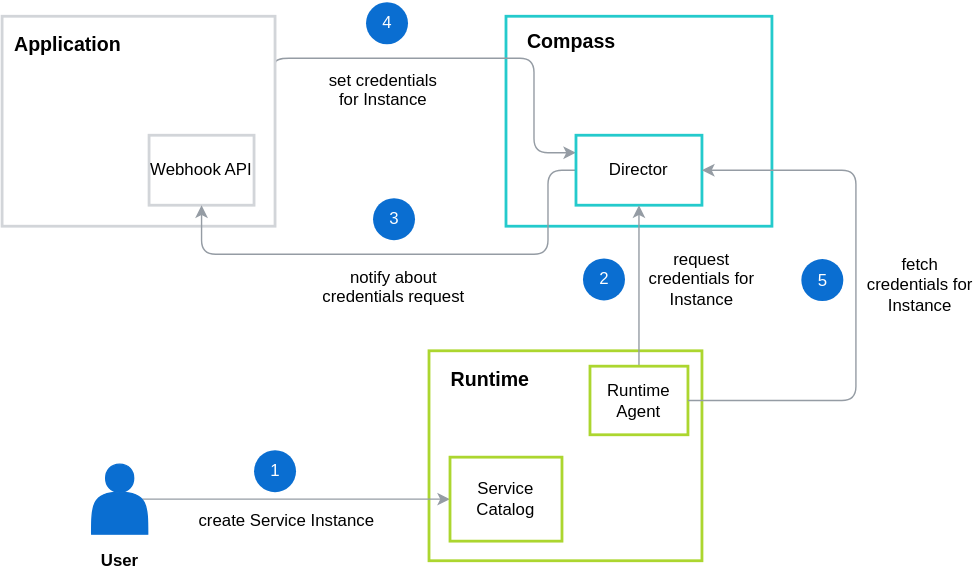
The draw.io diagram docs/compass/assets/api-credentials-flow.svg in kyma-incubator/compass, before a commit. Source tidied: cells renumbered, new cells last; positions are measured from the earlier drawing's top-left corner, leaving out a move shared by most shapes. The source it was exported from:
```xml
<mxGraphModel background="#FFFFFF">
  <root>
    <mxCell id="0" />
    <mxCell id="1" parent="0" />
    <mxCell id="2" style="rounded=0;whiteSpace=wrap;html=1;strokeColor=#ACD62F;strokeWidth=2;horizontal=1;" parent="1" vertex="1">
      <mxGeometry x="305" y="249" width="195" height="150" as="geometry" />
    </mxCell>
    <mxCell id="3" style="rounded=0;whiteSpace=wrap;html=1;strokeColor=#24CACC;strokeWidth=2;horizontal=1;" parent="1" vertex="1">
      <mxGeometry x="360" y="10" width="190" height="150" as="geometry" />
    </mxCell>
    <mxCell id="4" value="Compass" style="text;html=1;strokeColor=none;fillColor=none;align=center;verticalAlign=middle;whiteSpace=wrap;rounded=0;fontStyle=1;fontSize=14;" parent="1" vertex="1">
      <mxGeometry x="367" y="18" width="80" height="20" as="geometry" />
    </mxCell>
    <mxCell id="5" value="&amp;nbsp;Runtime&lt;br style=&quot;font-size: 14px;&quot;&gt;" style="text;html=1;strokeColor=none;fillColor=none;align=center;verticalAlign=middle;whiteSpace=wrap;rounded=0;fontStyle=1;fontSize=14;" parent="1" vertex="1">
      <mxGeometry x="310" y="260" width="74" height="20" as="geometry" />
    </mxCell>
    <mxCell id="6" style="edgeStyle=orthogonalEdgeStyle;rounded=1;jettySize=auto;html=1;entryX=0;entryY=0.5;entryDx=0;entryDy=0;strokeColor=#959CA4;exitX=0.9;exitY=0.5;exitDx=0;exitDy=0;exitPerimeter=0;" parent="1" edge="1" source="19" target="20">
      <mxGeometry relative="1" as="geometry" />
    </mxCell>
    <mxCell id="7" value="create Service Instance" style="text;html=1;align=center;verticalAlign=middle;labelBackgroundColor=#ffffff;" parent="6" vertex="1">
      <mxGeometry x="-0.36" y="2" relative="1" as="geometry">
        <mxPoint x="31" y="17.1" as="offset" />
      </mxGeometry>
    </mxCell>
    <mxCell id="8" style="edgeStyle=orthogonalEdgeStyle;rounded=1;jettySize=auto;html=1;entryX=0;entryY=0.25;entryDx=0;entryDy=0;strokeColor=#959CA4;exitX=1;exitY=0.25;exitDx=0;exitDy=0;" parent="1" edge="1" source="9" target="12">
      <mxGeometry relative="1" as="geometry">
        <Array as="points">
          <mxPoint x="195" y="40" />
          <mxPoint x="380" y="40" />
          <mxPoint x="380" y="108" />
        </Array>
      </mxGeometry>
    </mxCell>
    <mxCell id="9" style="rounded=0;whiteSpace=wrap;html=1;strokeColor=#D2D5D9;strokeWidth=2;horizontal=1;" parent="1" vertex="1">
      <mxGeometry y="10" width="195" height="150" as="geometry" />
    </mxCell>
    <mxCell id="10" value="&lt;span style=&quot;white-space: normal&quot;&gt;Webhook API&lt;/span&gt;" style="rounded=0;whiteSpace=wrap;html=1;strokeColor=#D2D5D9;strokeWidth=2;horizontal=1;" parent="1" vertex="1">
      <mxGeometry x="105" y="95" width="75" height="50" as="geometry" />
    </mxCell>
    <mxCell id="11" style="edgeStyle=orthogonalEdgeStyle;rounded=1;jettySize=auto;html=1;entryX=0.5;entryY=1;entryDx=0;entryDy=0;strokeColor=#959CA4;" parent="1" edge="1" source="12" target="10">
      <mxGeometry x="0.37" y="-20" relative="1" as="geometry">
        <Array as="points">
          <mxPoint x="390" y="120" />
          <mxPoint x="390" y="180" />
          <mxPoint x="143" y="180" />
        </Array>
      </mxGeometry>
    </mxCell>
    <mxCell id="12" value="Director" style="rounded=0;whiteSpace=wrap;html=1;strokeColor=#24CACC;strokeWidth=2;horizontal=1;" parent="1" vertex="1">
      <mxGeometry x="410" y="95" width="90" height="50" as="geometry" />
    </mxCell>
    <mxCell id="13" style="edgeStyle=orthogonalEdgeStyle;rounded=1;jettySize=auto;html=1;exitX=0.5;exitY=0;exitDx=0;exitDy=0;entryX=0.5;entryY=1;entryDx=0;entryDy=0;strokeColor=#959CA4;fontFamily=Helvetica;fontColor=#FFFFFF;" parent="1" edge="1" source="14" target="12">
      <mxGeometry relative="1" as="geometry" />
    </mxCell>
    <mxCell id="14" value="&lt;span style=&quot;white-space: normal&quot;&gt;Runtime Agent&lt;/span&gt;" style="rounded=0;whiteSpace=wrap;html=1;strokeColor=#ACD62F;strokeWidth=2;horizontal=1;" parent="1" vertex="1">
      <mxGeometry x="420" y="260" width="70" height="49" as="geometry" />
    </mxCell>
    <mxCell id="15" value="3" style="verticalLabelPosition=middle;verticalAlign=middle;html=1;strokeWidth=2;shape=mxgraph.flowchart.on-page_reference;fillColor=#0A6ED1;strokeColor=none;fontFamily=Helvetica;labelPosition=center;align=center;fontColor=#FFFFFF;" parent="1" vertex="1">
      <mxGeometry x="265" y="140" width="30" height="30" as="geometry" />
    </mxCell>
    <mxCell id="16" value="4" style="verticalLabelPosition=middle;verticalAlign=middle;html=1;strokeWidth=2;shape=mxgraph.flowchart.on-page_reference;fillColor=#0A6ED1;strokeColor=none;fontFamily=Helvetica;labelPosition=center;align=center;fontColor=#FFFFFF;" parent="1" vertex="1">
      <mxGeometry x="260" width="30" height="30" as="geometry" />
    </mxCell>
    <mxCell id="17" value="1" style="verticalLabelPosition=middle;verticalAlign=middle;html=1;strokeWidth=2;shape=mxgraph.flowchart.on-page_reference;fillColor=#0A6ED1;strokeColor=none;fontFamily=Helvetica;labelPosition=center;align=center;fontColor=#FFFFFF;" parent="1" vertex="1">
      <mxGeometry x="180" y="320" width="30" height="30" as="geometry" />
    </mxCell>
    <mxCell id="18" value="2" style="verticalLabelPosition=middle;verticalAlign=middle;html=1;strokeWidth=2;shape=mxgraph.flowchart.on-page_reference;fillColor=#0A6ED1;strokeColor=none;fontFamily=Helvetica;labelPosition=center;align=center;fontColor=#FFFFFF;" parent="1" vertex="1">
      <mxGeometry x="415" y="183" width="30" height="30" as="geometry" />
    </mxCell>
    <mxCell id="19" style="shape=actor;whiteSpace=wrap;html=1;fillColor=#0A6ED1;strokeColor=#0A6ED1;" parent="1" vertex="1">
      <mxGeometry x="64" y="330" width="40" height="50" as="geometry" />
    </mxCell>
    <mxCell id="20" value="Service Catalog" style="rounded=0;whiteSpace=wrap;html=1;strokeColor=#ACD62F;strokeWidth=2;" parent="1" vertex="1">
      <mxGeometry x="320" y="325" width="80" height="60" as="geometry" />
    </mxCell>
    <mxCell id="21" value="&lt;font style=&quot;font-size: 14px&quot;&gt;Application&lt;/font&gt;" style="text;html=1;fontStyle=1;" parent="1" vertex="1">
      <mxGeometry x="7" y="15" width="80" height="30" as="geometry" />
    </mxCell>
    <mxCell id="22" value="notify about credentials request" style="text;html=1;whiteSpace=wrap;align=center;" parent="1" vertex="1">
      <mxGeometry x="225" y="183" width="110" height="30" as="geometry" />
    </mxCell>
    <mxCell id="23" value="set credentials for Instance" style="text;html=1;whiteSpace=wrap;align=center;" parent="1" vertex="1">
      <mxGeometry x="225" y="42" width="95" height="30" as="geometry" />
    </mxCell>
    <mxCell id="24" value="&lt;b&gt;User&lt;/b&gt;" style="text;html=1;" parent="1" vertex="1">
      <mxGeometry x="69" y="385" width="30" height="30" as="geometry" />
    </mxCell>
    <mxCell id="25" value="request credentials for Instance" style="text;html=1;whiteSpace=wrap;align=center;" parent="1" vertex="1">
      <mxGeometry x="460" y="170" width="80" height="30" as="geometry" />
    </mxCell>
    <mxCell id="26" style="edgeStyle=orthogonalEdgeStyle;rounded=1;jettySize=auto;html=1;exitX=1;exitY=0.5;exitDx=0;exitDy=0;entryX=1;entryY=0.5;entryDx=0;entryDy=0;strokeColor=#959CA4;fontFamily=Helvetica;fontColor=#FFFFFF;" parent="1" edge="1" source="14" target="12">
      <mxGeometry relative="1" as="geometry">
        <Array as="points">
          <mxPoint x="610" y="285" />
          <mxPoint x="610" y="120" />
        </Array>
      </mxGeometry>
    </mxCell>
    <mxCell id="27" value="5" style="verticalLabelPosition=middle;verticalAlign=middle;html=1;strokeWidth=2;shape=mxgraph.flowchart.on-page_reference;fillColor=#0A6ED1;strokeColor=none;fontFamily=Helvetica;labelPosition=center;align=center;fontColor=#FFFFFF;" parent="1" vertex="1">
      <mxGeometry x="571" y="183.5" width="30" height="30" as="geometry" />
    </mxCell>
    <mxCell id="28" value="fetch credentials for Instance" style="text;html=1;whiteSpace=wrap;align=center;" parent="1" vertex="1">
      <mxGeometry x="616" y="174" width="80" height="49" as="geometry" />
    </mxCell>
  </root>
</mxGraphModel>
```
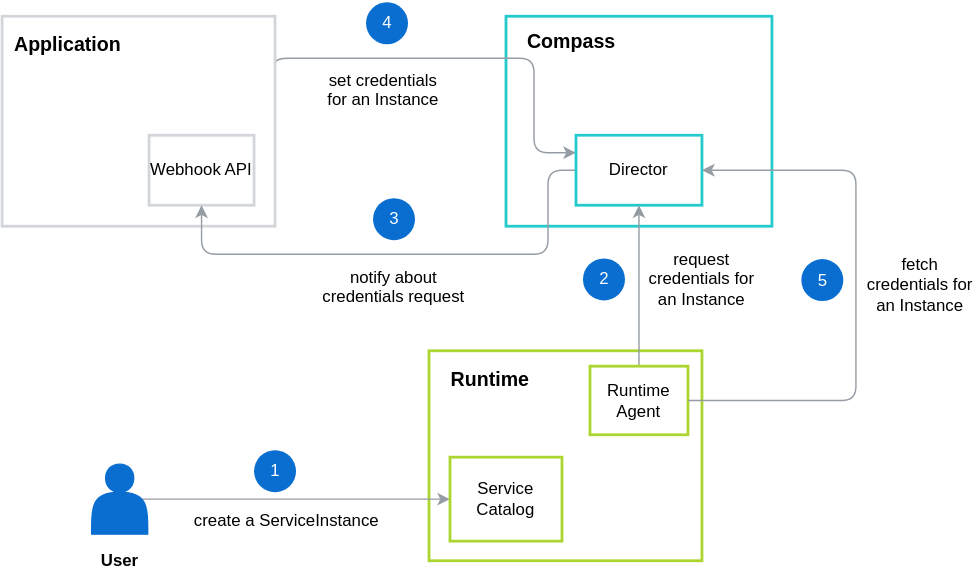
After the commit.

Change to the diagram source:
```diff
@@ -17,7 +17,7 @@
     <mxCell id="6" style="edgeStyle=orthogonalEdgeStyle;rounded=1;jettySize=auto;html=1;entryX=0;entryY=0.5;entryDx=0;entryDy=0;strokeColor=#959CA4;exitX=0.9;exitY=0.5;exitDx=0;exitDy=0;exitPerimeter=0;" parent="1" edge="1" source="19" target="20">
       <mxGeometry relative="1" as="geometry" />
     </mxCell>
-    <mxCell id="7" value="create Service Instance" style="text;html=1;align=center;verticalAlign=middle;labelBackgroundColor=#ffffff;" parent="6" vertex="1">
+    <mxCell id="7" value="create a ServiceInstance" style="text;html=1;align=center;verticalAlign=middle;labelBackgroundColor=#ffffff;" parent="6" vertex="1">
       <mxGeometry x="-0.36" y="2" relative="1" as="geometry">
         <mxPoint x="31" y="17.1" as="offset" />
       </mxGeometry>
@@ -79,13 +79,13 @@
     <mxCell id="22" value="notify about credentials request" style="text;html=1;whiteSpace=wrap;align=center;" parent="1" vertex="1">
       <mxGeometry x="225" y="183" width="110" height="30" as="geometry" />
     </mxCell>
-    <mxCell id="23" value="set credentials for Instance" style="text;html=1;whiteSpace=wrap;align=center;" parent="1" vertex="1">
+    <mxCell id="23" value="set credentials for an Instance" style="text;html=1;whiteSpace=wrap;align=center;" parent="1" vertex="1">
       <mxGeometry x="225" y="42" width="95" height="30" as="geometry" />
     </mxCell>
     <mxCell id="24" value="&lt;b&gt;User&lt;/b&gt;" style="text;html=1;" parent="1" vertex="1">
       <mxGeometry x="69" y="385" width="30" height="30" as="geometry" />
     </mxCell>
-    <mxCell id="25" value="request credentials for Instance" style="text;html=1;whiteSpace=wrap;align=center;" parent="1" vertex="1">
+    <mxCell id="25" value="request credentials for an Instance" style="text;html=1;whiteSpace=wrap;align=center;" parent="1" vertex="1">
       <mxGeometry x="460" y="170" width="80" height="30" as="geometry" />
     </mxCell>
     <mxCell id="26" style="edgeStyle=orthogonalEdgeStyle;rounded=1;jettySize=auto;html=1;exitX=1;exitY=0.5;exitDx=0;exitDy=0;entryX=1;entryY=0.5;entryDx=0;entryDy=0;strokeColor=#959CA4;fontFamily=Helvetica;fontColor=#FFFFFF;" parent="1" edge="1" source="14" target="12">
@@ -99,7 +99,7 @@
     <mxCell id="27" value="5" style="verticalLabelPosition=middle;verticalAlign=middle;html=1;strokeWidth=2;shape=mxgraph.flowchart.on-page_reference;fillColor=#0A6ED1;strokeColor=none;fontFamily=Helvetica;labelPosition=center;align=center;fontColor=#FFFFFF;" parent="1" vertex="1">
       <mxGeometry x="571" y="183.5" width="30" height="30" as="geometry" />
     </mxCell>
-    <mxCell id="28" value="fetch credentials for Instance" style="text;html=1;whiteSpace=wrap;align=center;" parent="1" vertex="1">
+    <mxCell id="28" value="fetch credentials for an Instance" style="text;html=1;whiteSpace=wrap;align=center;" parent="1" vertex="1">
       <mxGeometry x="616" y="174" width="80" height="49" as="geometry" />
     </mxCell>
   </root>
```
